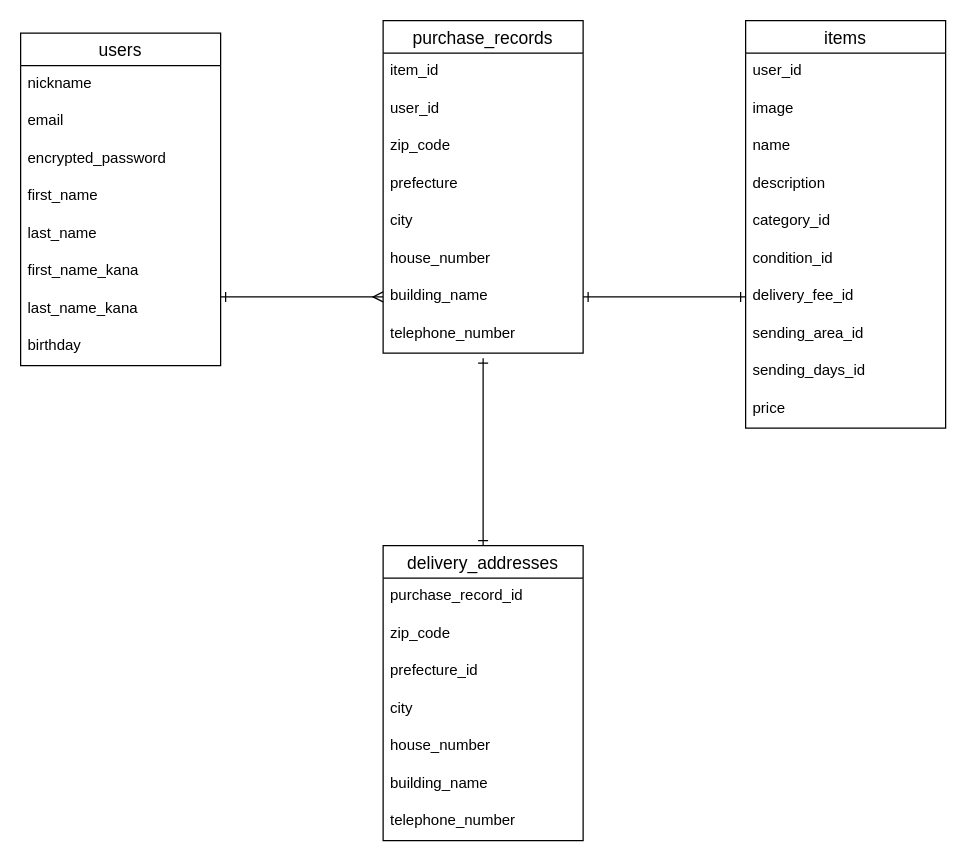
ikun2019/furima-13663 keeps this draw.io diagram as furima-13663.dio. Above is the earlier version. Source tidied: cells renumbered, new cells numbered last; positions are measured from the earlier drawing's top-left corner, leaving out a move shared by most shapes. Both pictures are drawn from the tidied source at 125%, with x=0, y=0 at pixel (20, 20).
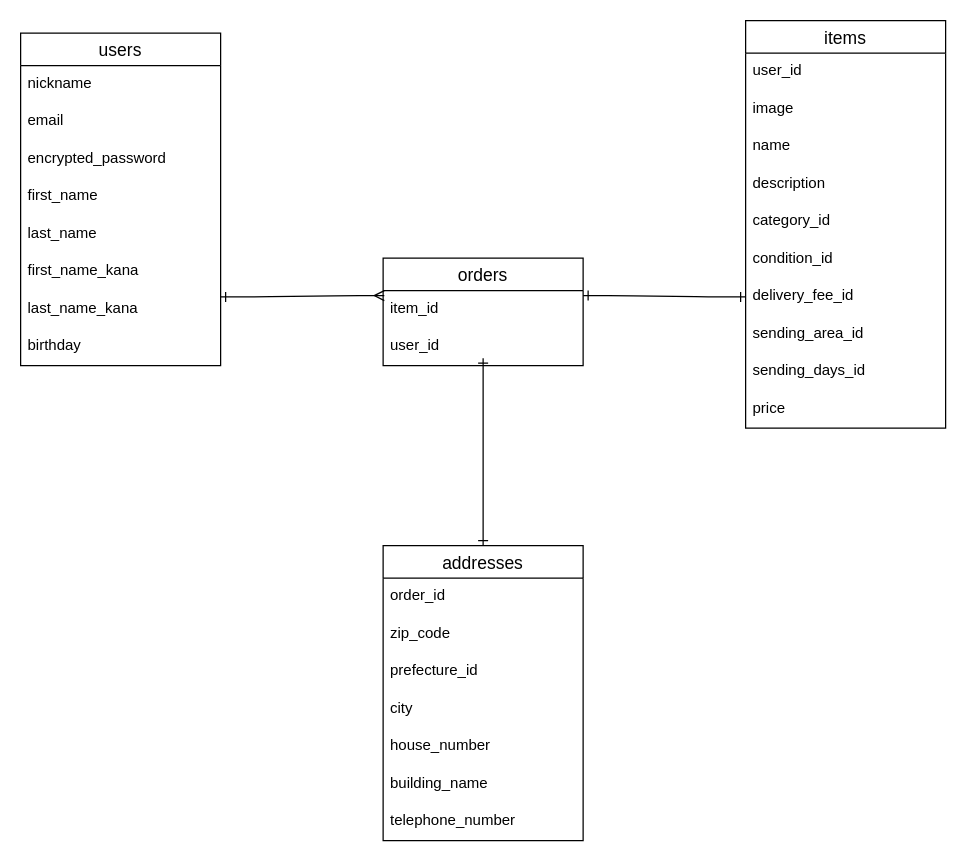
Above is the later version.

Unchanged cells that the change refers to:
```xml
<mxCell id="18" value="delivery_fee_id" style="text;strokeColor=none;fillColor=none;spacingLeft=4;spacingRight=4;overflow=hidden;points=[[0,0.5],[1,0.5]];portConstraint=eastwest;fontSize=12;" parent="11" vertex="1">
  <mxGeometry y="206" width="160" height="30" as="geometry" />
</mxCell>
<mxCell id="23" value="item_id" style="text;strokeColor=none;fillColor=none;spacingLeft=4;spacingRight=4;overflow=hidden;points=[[0,0.5],[1,0.5]];portConstraint=eastwest;fontSize=12;" parent="22" vertex="1">
  <mxGeometry y="26" width="160" height="30" as="geometry" />
</mxCell>
```

Change to the diagram source:
```diff
@@
-    <mxCell id="22" value="purchase_records" style="swimlane;fontStyle=0;horizontal=1;startSize=26;align=center;fontSize=14;" parent="1" vertex="1">
-      <mxGeometry x="290" width="160" height="266" as="geometry" />
+    <mxCell id="22" value="orders" style="swimlane;fontStyle=0;horizontal=1;startSize=26;align=center;fontSize=14;" parent="1" vertex="1">
+      <mxGeometry x="290" y="190" width="160" height="86" as="geometry" />
     </mxCell>
@@
-    <mxCell id="25" value="zip_code" style="text;strokeColor=none;fillColor=none;spacingLeft=4;spacingRight=4;overflow=hidden;fontSize=12;" parent="22" vertex="1">
-      <mxGeometry y="86" width="160" height="30" as="geometry" />
-    </mxCell>
-    <mxCell id="26" value="prefecture" style="text;strokeColor=none;fillColor=none;spacingLeft=4;spacingRight=4;overflow=hidden;fontSize=12;" parent="22" vertex="1">
-      <mxGeometry y="116" width="160" height="30" as="geometry" />
-    </mxCell>
-    <mxCell id="27" value="city" style="text;strokeColor=none;fillColor=none;spacingLeft=4;spacingRight=4;overflow=hidden;fontSize=12;" parent="22" vertex="1">
-      <mxGeometry y="146" width="160" height="30" as="geometry" />
-    </mxCell>
-    <mxCell id="28" value="house_number" style="text;strokeColor=none;fillColor=none;spacingLeft=4;spacingRight=4;overflow=hidden;fontSize=12;" parent="22" vertex="1">
-      <mxGeometry y="176" width="160" height="30" as="geometry" />
-    </mxCell>
-    <mxCell id="29" value="building_name" style="text;strokeColor=none;fillColor=none;spacingLeft=4;spacingRight=4;overflow=hidden;points=[[0,0.5],[1,0.5]];portConstraint=eastwest;fontSize=12;" parent="22" vertex="1">
-      <mxGeometry y="206" width="160" height="30" as="geometry" />
-    </mxCell>
-    <mxCell id="30" value="telephone_number" style="text;strokeColor=none;fillColor=none;spacingLeft=4;spacingRight=4;overflow=hidden;fontSize=12;" parent="22" vertex="1">
-      <mxGeometry y="236" width="160" height="30" as="geometry" />
-    </mxCell>
-    <mxCell id="31" style="edgeStyle=entityRelationEdgeStyle;fontSize=12;html=1;endArrow=ERone;startArrow=ERone;exitX=1;exitY=0.5;exitDx=0;exitDy=0;startFill=0;endFill=0;entryX=0;entryY=0.5;entryDx=0;entryDy=0;" parent="1" edge="1" source="29" target="18">
+    <mxCell id="31" style="edgeStyle=entityRelationEdgeStyle;fontSize=12;html=1;endArrow=ERone;startArrow=ERone;exitX=1;exitY=0.133;exitDx=0;exitDy=0;startFill=0;endFill=0;entryX=0;entryY=0.5;entryDx=0;entryDy=0;exitPerimeter=0;" parent="1" edge="1" source="23" target="18">
       <mxGeometry relative="1" as="geometry" />
     </mxCell>
-    <mxCell id="32" style="edgeStyle=entityRelationEdgeStyle;fontSize=12;html=1;endArrow=ERmany;startArrow=ERone;startFill=0;endFill=0;entryX=0;entryY=0.5;entryDx=0;entryDy=0;" parent="1" edge="1" target="29">
+    <mxCell id="32" style="edgeStyle=entityRelationEdgeStyle;fontSize=12;html=1;endArrow=ERmany;startArrow=ERone;startFill=0;endFill=0;entryX=0.006;entryY=0.133;entryDx=0;entryDy=0;entryPerimeter=0;" parent="1" edge="1" target="23">
       <mxGeometry relative="1" as="geometry">
         <mxPoint x="160" y="221" as="sourcePoint" />
       </mxGeometry>
     </mxCell>
@@
-    <mxCell id="34" value="delivery_addresses" style="swimlane;fontStyle=0;horizontal=1;startSize=26;align=center;fontSize=14;" parent="1" vertex="1">
+    <mxCell id="34" value="addresses" style="swimlane;fontStyle=0;horizontal=1;startSize=26;align=center;fontSize=14;" parent="1" vertex="1">
       <mxGeometry x="290" y="420" width="160" height="236" as="geometry" />
     </mxCell>
-    <mxCell id="35" value="purchase_record_id" style="text;strokeColor=none;fillColor=none;spacingLeft=4;spacingRight=4;overflow=hidden;fontSize=12;" parent="34" vertex="1">
+    <mxCell id="35" value="order_id" style="text;strokeColor=none;fillColor=none;spacingLeft=4;spacingRight=4;overflow=hidden;fontSize=12;" parent="34" vertex="1">
       <mxGeometry y="26" width="160" height="30" as="geometry" />
     </mxCell>
```
